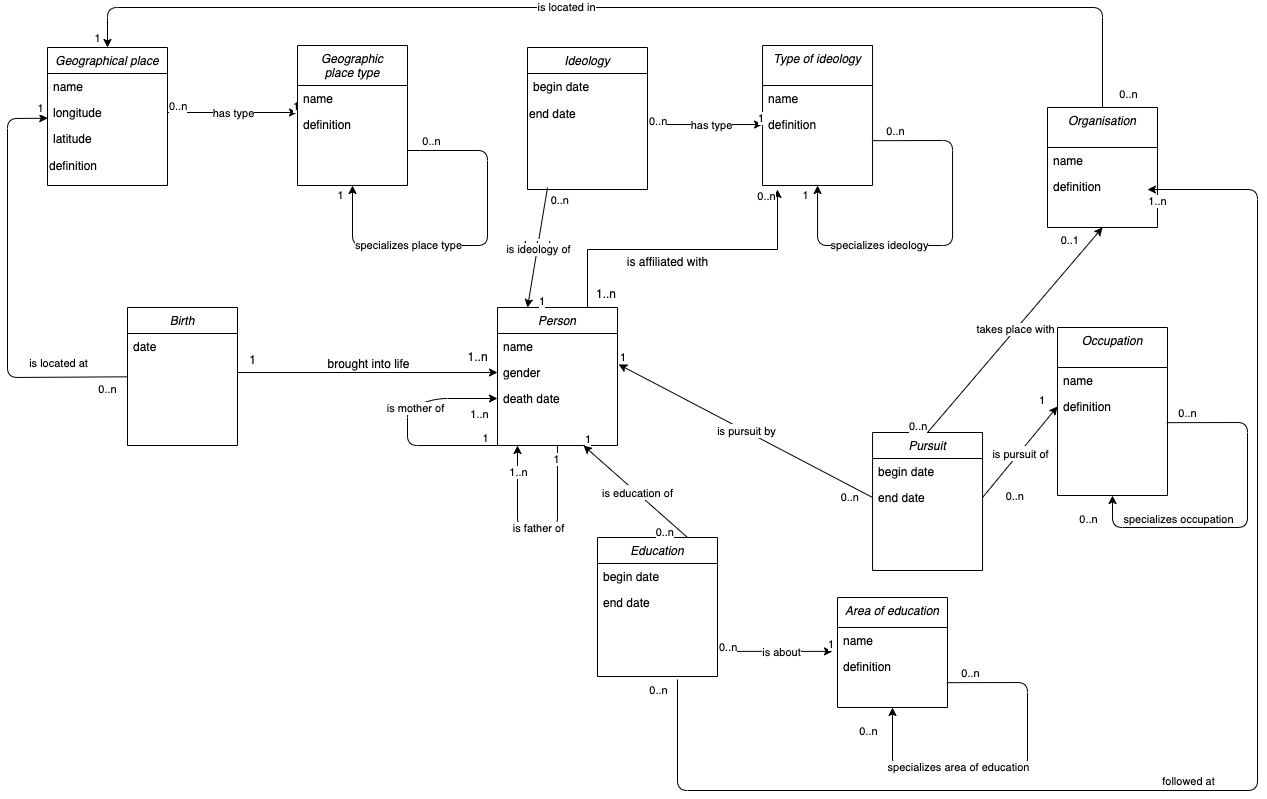
This is MCD.png from nitoram/Sociologists, a draw.io export, as it was before one commit. Source tidied: cells renumbered, new cells last; positions are measured from the earlier drawing's top-left corner, leaving out a move shared by most shapes.
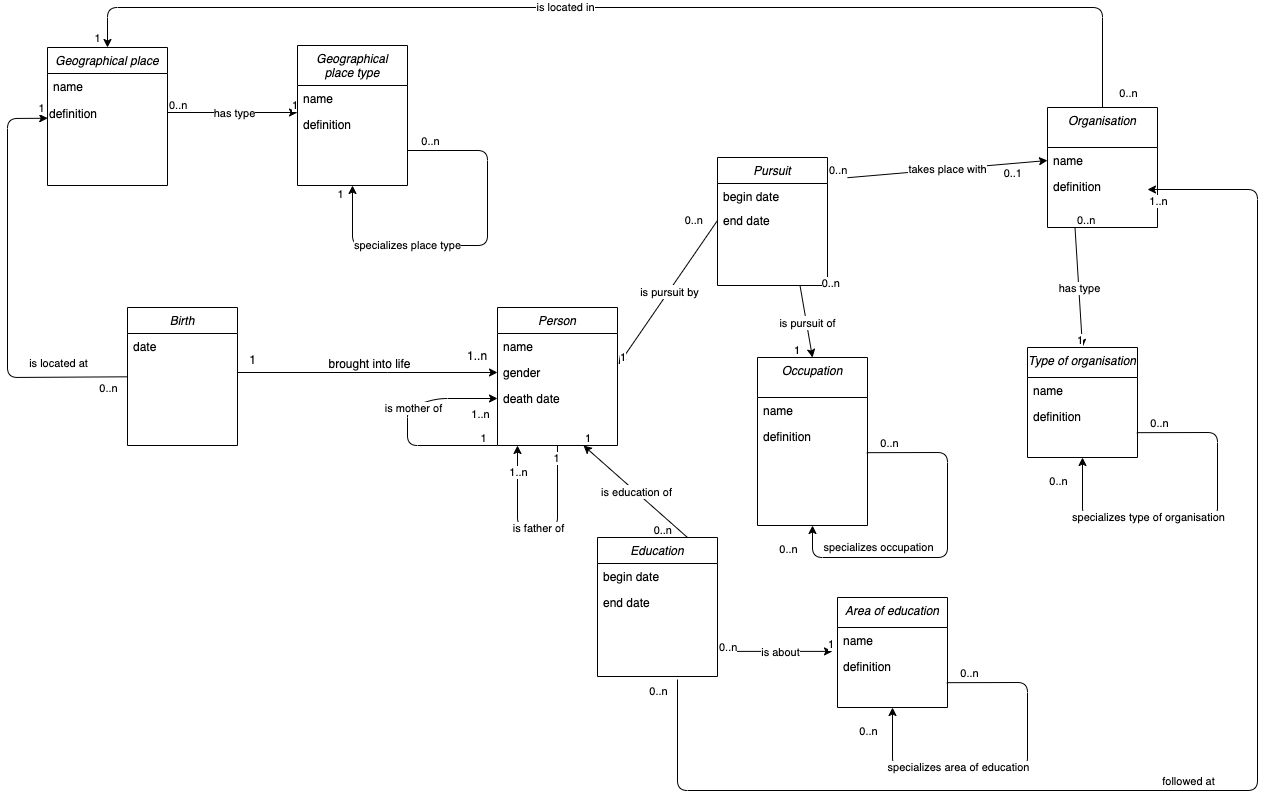
Later version of the same file.

Diff of the diagram source:
```diff
@@ -75,29 +75,14 @@
         <mxPoint y="66" as="targetPoint" />
       </mxGeometry>
     </mxCell>
-    <mxCell id="17" value="Ideology" style="swimlane;fontStyle=2;align=center;verticalAlign=top;horizontal=1;startSize=26;rounded=0;shadow=0;strokeWidth=1;" parent="1" vertex="1">
-      <mxGeometry x="520" y="40" width="120" height="142" as="geometry" />
-    </mxCell>
-    <mxCell id="18" value="begin date" style="text;align=left;verticalAlign=top;spacingLeft=4;spacingRight=4;overflow=hidden;" parent="17" vertex="1">
-      <mxGeometry y="26" width="120" height="26" as="geometry" />
-    </mxCell>
-    <mxCell id="19" value="end date" style="text;html=1;align=left;verticalAlign=middle;strokeColor=none;fillColor=none;" parent="17" vertex="1">
-      <mxGeometry y="52" width="120" height="30" as="geometry" />
-    </mxCell>
     <mxCell id="20" value="Geographical place" style="swimlane;fontStyle=2;align=center;verticalAlign=top;horizontal=1;startSize=26;rounded=0;shadow=0;strokeWidth=1;" parent="1" vertex="1">
       <mxGeometry x="40" y="40" width="120" height="138" as="geometry" />
     </mxCell>
     <mxCell id="21" value="name" style="text;align=left;verticalAlign=top;spacingLeft=4;spacingRight=4;overflow=hidden;" parent="20" vertex="1">
       <mxGeometry y="26" width="120" height="26" as="geometry" />
     </mxCell>
-    <mxCell id="22" value="longitude" style="text;align=left;verticalAlign=top;spacingLeft=4;spacingRight=4;overflow=hidden;rounded=0;shadow=0;html=0;" parent="20" vertex="1">
-      <mxGeometry y="52" width="120" height="26" as="geometry" />
-    </mxCell>
-    <mxCell id="23" value="latitude" style="text;align=left;verticalAlign=top;spacingLeft=4;spacingRight=4;overflow=hidden;rounded=0;shadow=0;html=0;" parent="20" vertex="1">
-      <mxGeometry y="78" width="120" height="26" as="geometry" />
-    </mxCell>
     <mxCell id="24" value="definition" style="text;html=1;align=left;verticalAlign=middle;strokeColor=none;fillColor=none;" parent="20" vertex="1">
-      <mxGeometry y="104" width="120" height="30" as="geometry" />
+      <mxGeometry y="52" width="120" height="30" as="geometry" />
     </mxCell>
     <mxCell id="25" style="endArrow=classic;html=1;exitX=1;exitY=0.5;exitDx=0;exitDy=0;" parent="1" edge="1">
       <mxGeometry x="0.07" y="-35" relative="1" as="geometry">
@@ -175,7 +160,7 @@
       </mxGeometry>
     </mxCell>
     <mxCell id="41" value="Occupation" style="swimlane;fontStyle=2;align=center;verticalAlign=top;horizontal=1;startSize=40;rounded=0;shadow=0;strokeWidth=1;" parent="1" vertex="1">
-      <mxGeometry x="1050" y="320" width="110" height="168" as="geometry" />
+      <mxGeometry x="750" y="350" width="110" height="168" as="geometry" />
     </mxCell>
     <mxCell id="42" value="name" style="text;align=left;verticalAlign=top;spacingLeft=4;spacingRight=4;overflow=hidden;" parent="41" vertex="1">
       <mxGeometry y="40" width="110" height="26" as="geometry" />
@@ -208,18 +193,18 @@
       <mxGeometry y="66" width="110" height="26" as="geometry" />
     </mxCell>
     <mxCell id="48" value="Pursuit" style="swimlane;fontStyle=2;align=center;verticalAlign=top;horizontal=1;startSize=26;rounded=0;shadow=0;strokeWidth=1;" parent="1" vertex="1">
-      <mxGeometry x="865.1" y="425" width="110" height="138" as="geometry" />
+      <mxGeometry x="710" y="150" width="110" height="128" as="geometry" />
     </mxCell>
     <mxCell id="49" value="begin date" style="text;align=left;verticalAlign=top;spacingLeft=4;spacingRight=4;overflow=hidden;" parent="48" vertex="1">
-      <mxGeometry y="26" width="110" height="26" as="geometry" />
+      <mxGeometry y="26" width="110" height="24" as="geometry" />
     </mxCell>
     <mxCell id="50" value="end date" style="text;align=left;verticalAlign=top;spacingLeft=4;spacingRight=4;overflow=hidden;points=[[0,0.5],[1,0.5]];portConstraint=eastwest;rounded=0;shadow=0;html=0;" parent="48" vertex="1">
-      <mxGeometry y="52" width="110" height="26" as="geometry" />
+      <mxGeometry y="50" width="110" height="26" as="geometry" />
     </mxCell>
     <mxCell id="51" style="edgeStyle=elbowEdgeStyle;rounded=0;orthogonalLoop=1;jettySize=auto;elbow=vertical;html=1;exitX=0;exitY=0.5;exitDx=0;exitDy=0;" parent="48" edge="1" source="50" target="50">
       <mxGeometry relative="1" as="geometry" />
     </mxCell>
-    <mxCell id="52" value="Label" style="endArrow=none;html=1;exitX=0;exitY=0.5;exitDx=0;exitDy=0;entryX=1;entryY=0.5;entryDx=0;entryDy=0;startArrow=classic;startFill=1;endFill=0;" parent="1" edge="1" source="47" target="50">
+    <mxCell id="52" value="Label" style="endArrow=none;html=1;exitX=0.5;exitY=0;exitDx=0;exitDy=0;startArrow=classic;startFill=1;endFill=0;entryX=0.75;entryY=1;entryDx=0;entryDy=0;" parent="1" edge="1" source="41" target="48">
       <mxGeometry relative="1" as="geometry" />
     </mxCell>
     <mxCell id="53" value="is pursuit of" style="edgeLabel;html=1;align=center;verticalAlign=middle;" parent="52" vertex="1">
@@ -241,7 +226,7 @@
         <mxPoint x="240.1" y="779.8" as="targetPoint" />
       </mxGeometry>
     </mxCell>
-    <mxCell id="57" value="Geographic&#10;place type" style="swimlane;fontStyle=2;align=center;verticalAlign=top;horizontal=1;startSize=40;rounded=0;shadow=0;strokeWidth=1;" parent="1" vertex="1">
+    <mxCell id="57" value="Geographical&#10;place type" style="swimlane;fontStyle=2;align=center;verticalAlign=top;horizontal=1;startSize=40;rounded=0;shadow=0;strokeWidth=1;" parent="1" vertex="1">
       <mxGeometry x="290" y="38" width="110" height="140" as="geometry" />
     </mxCell>
     <mxCell id="58" value="name" style="text;align=left;verticalAlign=top;spacingLeft=4;spacingRight=4;overflow=hidden;" parent="57" vertex="1">
@@ -285,8 +270,10 @@
     <mxCell id="67" value="definition" style="text;align=left;verticalAlign=top;spacingLeft=4;spacingRight=4;overflow=hidden;rounded=0;shadow=0;html=0;" parent="65" vertex="1">
       <mxGeometry y="66" width="110" height="26" as="geometry" />
     </mxCell>
-    <mxCell id="68" value="takes place with" style="endArrow=classic;html=1;exitX=0.5;exitY=0;exitDx=0;exitDy=0;entryX=0.5;entryY=1;entryDx=0;entryDy=0;" parent="1" edge="1" source="48" target="65">
-      <mxGeometry relative="1" as="geometry" />
+    <mxCell id="68" value="takes place with" style="endArrow=classic;html=1;exitX=0.991;exitY=0.158;exitDx=0;exitDy=0;entryX=0;entryY=0.5;entryDx=0;entryDy=0;exitPerimeter=0;" parent="1" edge="1" target="66">
+      <mxGeometry relative="1" as="geometry">
+        <mxPoint x="840" y="170.2" as="sourcePoint" />
+      </mxGeometry>
     </mxCell>
     <mxCell id="69" value="0..n" style="edgeLabel;html=1;align=left;verticalAlign=bottom;" parent="68" vertex="1">
       <mxGeometry x="-1" relative="1" as="geometry">
@@ -298,74 +285,6 @@
         <mxPoint x="-25" y="20" as="offset" />
       </mxGeometry>
     </mxCell>
-    <mxCell id="71" value="Type of ideology" style="swimlane;fontStyle=2;align=center;verticalAlign=top;horizontal=1;startSize=40;rounded=0;shadow=0;strokeWidth=1;" parent="1" vertex="1">
-      <mxGeometry x="755.1" y="38" width="110" height="140" as="geometry" />
-    </mxCell>
-    <mxCell id="72" value="name" style="text;align=left;verticalAlign=top;spacingLeft=4;spacingRight=4;overflow=hidden;" parent="71" vertex="1">
-      <mxGeometry y="40" width="110" height="26" as="geometry" />
-    </mxCell>
-    <mxCell id="73" style="endArrow=classic;html=1;entryX=0.5;entryY=1;entryDx=0;entryDy=0;exitX=0.994;exitY=1.122;exitDx=0;exitDy=0;exitPerimeter=0;" parent="71" edge="1" source="77" target="71">
-      <mxGeometry relative="1" as="geometry">
-        <Array as="points">
-          <mxPoint x="190" y="95" />
-          <mxPoint x="190" y="200" />
-          <mxPoint x="55" y="200" />
-        </Array>
-      </mxGeometry>
-    </mxCell>
-    <mxCell id="74" value="1" style="edgeLabel;html=1;align=center;verticalAlign=middle;" parent="73" vertex="1">
-      <mxGeometry x="0.89" y="-1" relative="1" as="geometry">
-        <mxPoint x="-14" y="-11.7" as="offset" />
-      </mxGeometry>
-    </mxCell>
-    <mxCell id="75" value="specializes ideology" style="edgeLabel;html=1;align=center;verticalAlign=middle;" parent="73" vertex="1">
-      <mxGeometry relative="1" as="geometry">
-        <mxPoint x="-70" y="-1" as="offset" />
-      </mxGeometry>
-    </mxCell>
-    <mxCell id="76" value="0..n" style="edgeLabel;html=1;align=center;verticalAlign=middle;" parent="73" vertex="1">
-      <mxGeometry x="-0.88" y="-1" relative="1" as="geometry">
-        <mxPoint x="-0.2" y="-11" as="offset" />
-      </mxGeometry>
-    </mxCell>
-    <mxCell id="77" value="definition" style="text;align=left;verticalAlign=top;spacingLeft=4;spacingRight=4;overflow=hidden;points=[[0,0.5],[1,0.5]];portConstraint=eastwest;rounded=0;shadow=0;html=0;" parent="71" vertex="1">
-      <mxGeometry y="66" width="110" height="26" as="geometry" />
-    </mxCell>
-    <mxCell id="78" style="endArrow=classic;html=1;entryX=0;entryY=0.5;entryDx=0;entryDy=0;" parent="1" edge="1" target="77">
-      <mxGeometry x="0.07" y="-35" relative="1" as="geometry">
-        <mxPoint x="650" y="117" as="sourcePoint" />
-      </mxGeometry>
-    </mxCell>
-    <mxCell id="79" value="has type" style="edgeLabel;html=1;align=center;verticalAlign=middle;" parent="78" vertex="1">
-      <mxGeometry relative="1" as="geometry" />
-    </mxCell>
-    <mxCell id="80" value="0..n" style="edgeLabel;html=1;align=left;verticalAlign=bottom;" parent="78" vertex="1">
-      <mxGeometry x="-1" relative="1" as="geometry">
-        <mxPoint x="-10" y="3" as="offset" />
-      </mxGeometry>
-    </mxCell>
-    <mxCell id="81" value="1" style="edgeLabel;html=1;align=right;verticalAlign=bottom;" parent="78" vertex="1">
-      <mxGeometry x="1" relative="1" as="geometry" />
-    </mxCell>
-    <mxCell id="82" style="endArrow=classic;shadow=0;strokeWidth=1;rounded=0;endFill=1;edgeStyle=elbowEdgeStyle;elbow=vertical;exitX=0.75;exitY=0;exitDx=0;exitDy=0;" parent="1" edge="1" source="6">
-      <mxGeometry x="0.5" y="41" relative="1" as="geometry">
-        <mxPoint x="770" y="182" as="targetPoint" />
-        <mxPoint x="-40" y="32" as="offset" />
-      </mxGeometry>
-    </mxCell>
-    <mxCell id="83" value="1..n" style="align=left;verticalAlign=bottom;labelBackgroundColor=none;fontSize=12;" parent="82" vertex="1">
-      <mxGeometry x="-1" relative="1" as="geometry">
-        <mxPoint x="7" y="-7" as="offset" />
-      </mxGeometry>
-    </mxCell>
-    <mxCell id="84" value="0..n" style="edgeLabel;html=1;align=center;verticalAlign=middle;" parent="1" vertex="1">
-      <mxGeometry x="600" y="130" as="geometry">
-        <mxPoint x="158" y="58" as="offset" />
-      </mxGeometry>
-    </mxCell>
-    <mxCell id="85" value="is affiliated with" style="text;html=1;align=center;verticalAlign=middle;strokeColor=none;fillColor=none;" parent="1" vertex="1">
-      <mxGeometry x="610" y="240" width="100" height="30" as="geometry" />
-    </mxCell>
     <mxCell id="86" value="Education" style="swimlane;fontStyle=2;align=center;verticalAlign=top;horizontal=1;startSize=26;rounded=0;shadow=0;strokeWidth=1;" parent="1" vertex="1">
       <mxGeometry x="590" y="530" width="120" height="139" as="geometry" />
     </mxCell>
@@ -468,24 +387,6 @@
         <mxPoint x="-15" y="1" as="offset" />
       </mxGeometry>
     </mxCell>
-    <mxCell id="108" value="Label" style="endArrow=none;html=1;exitX=0.25;exitY=0;exitDx=0;exitDy=0;endFill=0;startArrow=classic;startFill=1;" parent="1" edge="1" source="6">
-      <mxGeometry x="0.01" relative="1" as="geometry">
-        <mxPoint x="540" y="180" as="targetPoint" />
-      </mxGeometry>
-    </mxCell>
-    <mxCell id="109" value="is ideology of" style="edgeLabel;html=1;align=center;verticalAlign=middle;" parent="108" vertex="1">
-      <mxGeometry relative="1" as="geometry" />
-    </mxCell>
-    <mxCell id="110" value="1" style="edgeLabel;html=1;align=left;verticalAlign=bottom;" parent="108" vertex="1">
-      <mxGeometry x="-1" relative="1" as="geometry">
-        <mxPoint x="10" as="offset" />
-      </mxGeometry>
-    </mxCell>
-    <mxCell id="111" value="0..n" style="edgeLabel;html=1;align=right;verticalAlign=bottom;" parent="108" vertex="1">
-      <mxGeometry x="1" relative="1" as="geometry">
-        <mxPoint x="20" y="20" as="offset" />
-      </mxGeometry>
-    </mxCell>
     <mxCell id="112" style="endArrow=classic;html=1;entryX=0.5;entryY=1;entryDx=0;entryDy=0;exitX=1;exitY=0.75;exitDx=0;exitDy=0;" parent="1" edge="1" source="57" target="57">
       <mxGeometry relative="1" as="geometry">
         <Array as="points">
@@ -510,5 +411,51 @@
         <mxPoint x="-0.2" y="-11" as="offset" />
       </mxGeometry>
     </mxCell>
+    <mxCell id="116" value="Type of organisation" style="swimlane;fontStyle=2;align=center;verticalAlign=top;horizontal=1;startSize=30;rounded=0;shadow=0;strokeWidth=1;" parent="1" vertex="1">
+      <mxGeometry x="1020" y="340" width="110" height="110" as="geometry" />
+    </mxCell>
+    <mxCell id="72" value="name" style="text;align=left;verticalAlign=top;spacingLeft=4;spacingRight=4;overflow=hidden;" parent="116" vertex="1">
+      <mxGeometry y="30" width="110" height="26" as="geometry" />
+    </mxCell>
+    <mxCell id="117" style="endArrow=classic;html=1;entryX=0.5;entryY=1;entryDx=0;entryDy=0;exitX=0.994;exitY=1.122;exitDx=0;exitDy=0;exitPerimeter=0;" parent="116" edge="1" source="77" target="116">
+      <mxGeometry relative="1" as="geometry">
+        <Array as="points">
+          <mxPoint x="190" y="85" />
+          <mxPoint x="190" y="170" />
+          <mxPoint x="120" y="170" />
+          <mxPoint x="55" y="170" />
+        </Array>
+      </mxGeometry>
+    </mxCell>
+    <mxCell id="118" value="specializes type of organisation" style="edgeLabel;html=1;align=center;verticalAlign=middle;" parent="117" vertex="1">
+      <mxGeometry relative="1" as="geometry">
+        <mxPoint x="-56" y="-1" as="offset" />
+      </mxGeometry>
+    </mxCell>
+    <mxCell id="119" value="0..n" style="edgeLabel;html=1;align=center;verticalAlign=middle;" parent="117" vertex="1">
+      <mxGeometry x="-0.88" y="-1" relative="1" as="geometry">
+        <mxPoint x="-0.2" y="-11" as="offset" />
+      </mxGeometry>
+    </mxCell>
+    <mxCell id="120" value="0..n" style="edgeLabel;html=1;align=center;verticalAlign=middle;" parent="117" vertex="1">
+      <mxGeometry x="0.89" y="-1" relative="1" as="geometry">
+        <mxPoint x="-26" y="2.4" as="offset" />
+      </mxGeometry>
+    </mxCell>
+    <mxCell id="77" value="definition" style="text;align=left;verticalAlign=top;spacingLeft=4;spacingRight=4;overflow=hidden;points=[[0,0.5],[1,0.5]];portConstraint=eastwest;rounded=0;shadow=0;html=0;" parent="116" vertex="1">
+      <mxGeometry y="56" width="110" height="26" as="geometry" />
+    </mxCell>
+    <mxCell id="121" style="endArrow=classic;html=1;exitX=0.25;exitY=1;exitDx=0;exitDy=0;entryX=0.5;entryY=0;entryDx=0;entryDy=0;" parent="1" edge="1" source="65" target="116">
+      <mxGeometry x="0.07" y="-35" relative="1" as="geometry" />
+    </mxCell>
+    <mxCell id="79" value="has type" style="edgeLabel;html=1;align=center;verticalAlign=middle;" parent="121" vertex="1">
+      <mxGeometry relative="1" as="geometry" />
+    </mxCell>
+    <mxCell id="80" value="0..n" style="edgeLabel;html=1;align=left;verticalAlign=bottom;" parent="121" vertex="1">
+      <mxGeometry x="-1" relative="1" as="geometry" />
+    </mxCell>
+    <mxCell id="81" value="1" style="edgeLabel;html=1;align=right;verticalAlign=bottom;" parent="121" vertex="1">
+      <mxGeometry x="1" relative="1" as="geometry" />
+    </mxCell>
   </root>
 </mxGraphModel>
```
